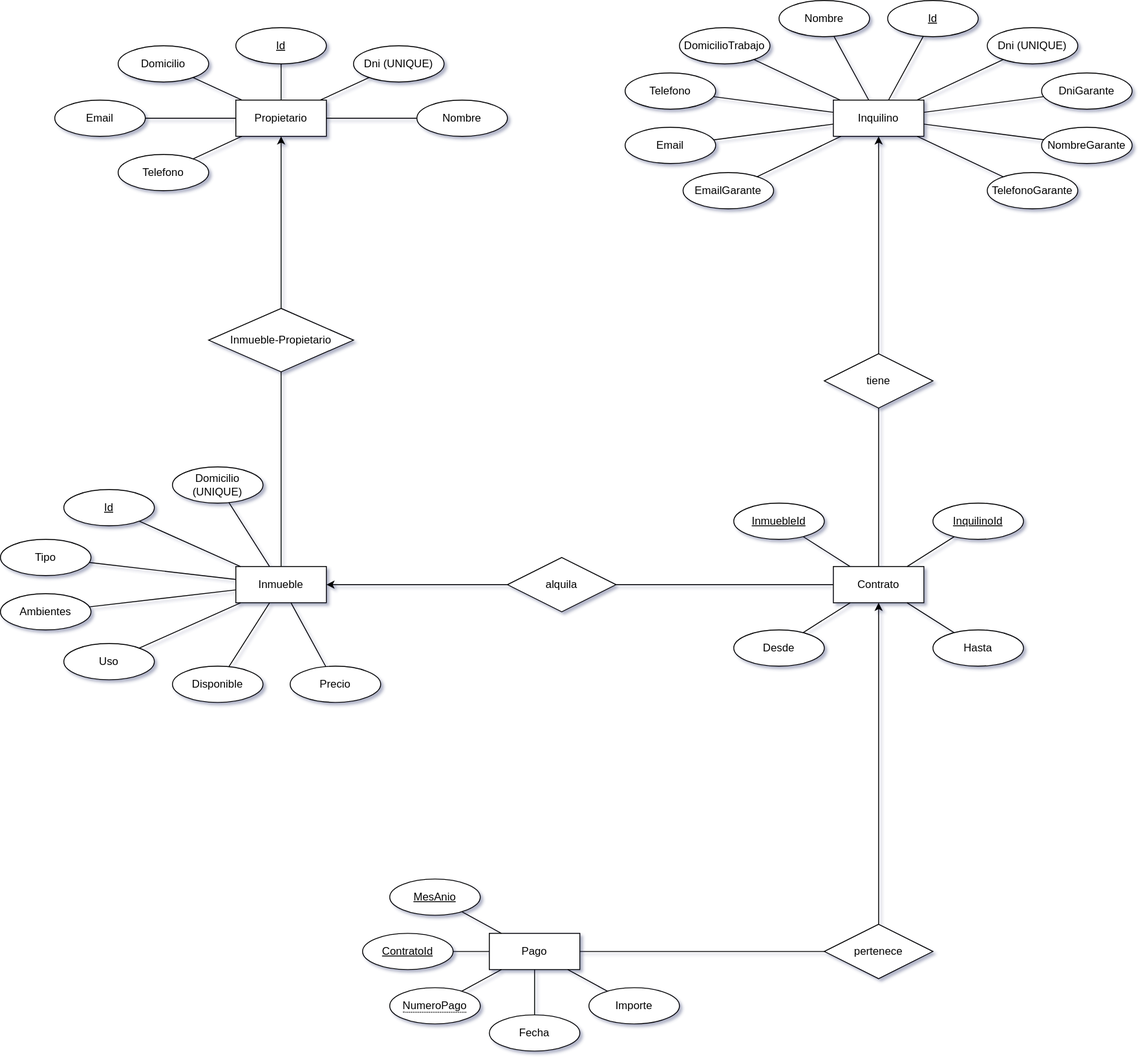
Earlier version of the draw.io export wwwroot/media/svg/der.svg (EZE404/InmobiliariaAlbornoz). Source tidied: cells renumbered, new cells last; positions are measured from the earlier drawing's top-left corner, leaving out a move shared by most shapes.
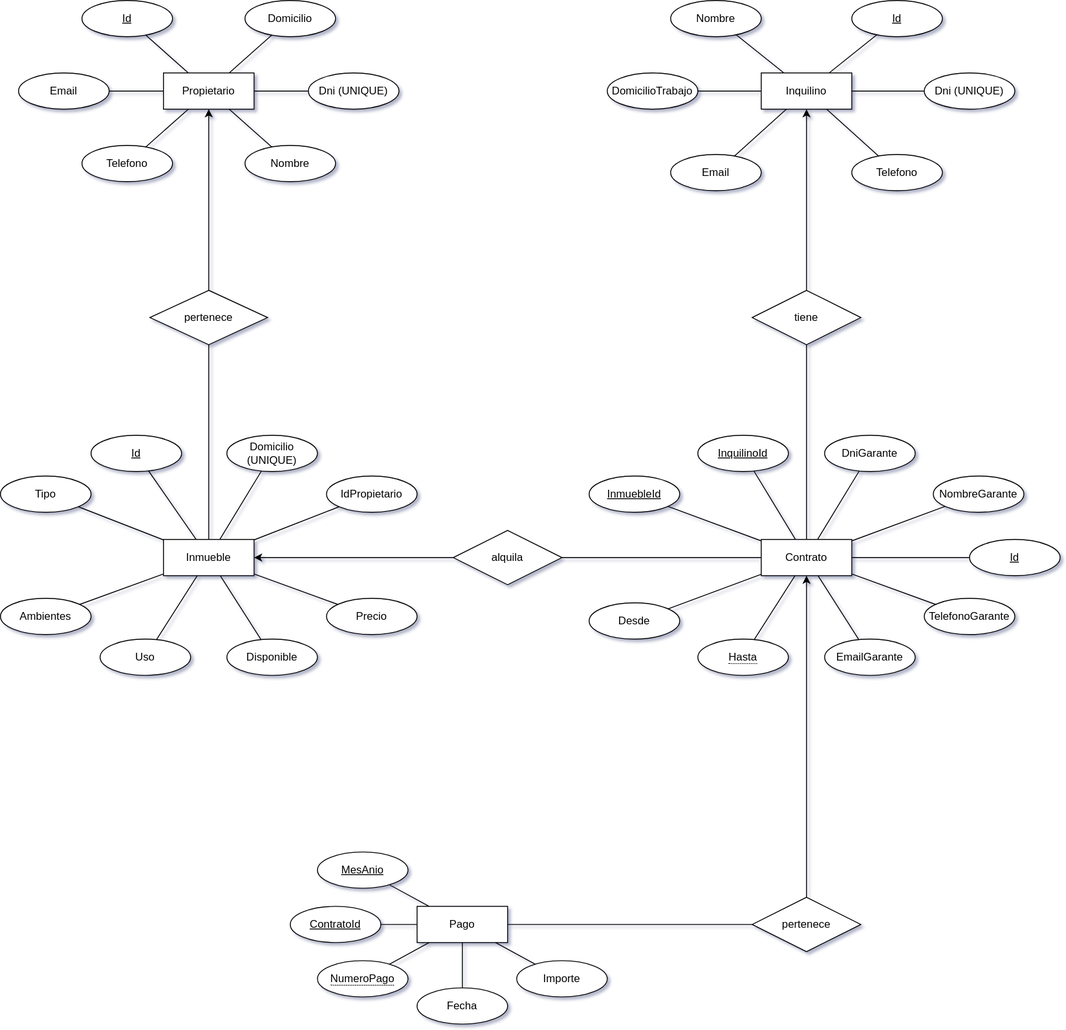
After the commit.

What changed in the source:
```diff
@@ -32,17 +32,17 @@
     <mxCell id="11" style="edgeStyle=none;rounded=0;jettySize=auto;html=1;" parent="1" edge="1" source="12" target="5">
       <mxGeometry relative="1" as="geometry" />
     </mxCell>
-    <mxCell id="12" value="Inmueble-Propietario" style="shape=rhombus;perimeter=rhombusPerimeter;whiteSpace=wrap;html=1;align=center;" parent="1" vertex="1">
-      <mxGeometry x="230" y="340" width="160" height="70" as="geometry" />
+    <mxCell id="12" value="pertenece" style="shape=rhombus;perimeter=rhombusPerimeter;whiteSpace=wrap;html=1;align=center;" parent="1" vertex="1">
+      <mxGeometry x="245" y="350" width="130" height="60" as="geometry" />
     </mxCell>
     <mxCell id="13" style="endArrow=none;html=1;rounded=0;exitX=0.5;exitY=0;exitDx=0;exitDy=0;" parent="1" edge="1" source="6" target="12">
       <mxGeometry relative="1" as="geometry" />
     </mxCell>
     <mxCell id="14" value="InquilinoId" style="ellipse;whiteSpace=wrap;html=1;align=center;fontStyle=4;" parent="1" vertex="1">
-      <mxGeometry x="1030" y="555" width="100" height="40" as="geometry" />
+      <mxGeometry x="850" y="510" width="100" height="40" as="geometry" />
     </mxCell>
     <mxCell id="15" value="InmuebleId" style="ellipse;whiteSpace=wrap;html=1;align=center;fontStyle=4;" parent="1" vertex="1">
-      <mxGeometry x="810" y="555" width="100" height="40" as="geometry" />
+      <mxGeometry x="730" y="555" width="100" height="40" as="geometry" />
     </mxCell>
     <mxCell id="16" style="endArrow=none;html=1;rounded=0;" parent="1" edge="1" source="14" target="8">
       <mxGeometry relative="1" as="geometry" />
@@ -51,13 +51,13 @@
       <mxGeometry relative="1" as="geometry" />
     </mxCell>
     <mxCell id="18" value="alquila" style="shape=rhombus;perimeter=rhombusPerimeter;whiteSpace=wrap;html=1;align=center;" parent="1" vertex="1">
-      <mxGeometry x="560" y="615" width="120" height="60" as="geometry" />
+      <mxGeometry x="580" y="615" width="120" height="60" as="geometry" />
     </mxCell>
     <mxCell id="19" style="edgeStyle=none;rounded=0;jettySize=auto;html=1;endArrow=none;" parent="1" edge="1" source="20" target="8">
       <mxGeometry relative="1" as="geometry" />
     </mxCell>
     <mxCell id="20" value="tiene" style="shape=rhombus;perimeter=rhombusPerimeter;whiteSpace=wrap;html=1;align=center;" parent="1" vertex="1">
-      <mxGeometry x="910" y="390" width="120" height="60" as="geometry" />
+      <mxGeometry x="910" y="350" width="120" height="60" as="geometry" />
     </mxCell>
     <mxCell id="21" style="endArrow=classic;html=1;" parent="1" edge="1" source="20" target="62">
       <mxGeometry relative="1" as="geometry" />
@@ -78,7 +78,7 @@
       <mxGeometry relative="1" as="geometry" />
     </mxCell>
     <mxCell id="27" value="Id" style="ellipse;whiteSpace=wrap;html=1;align=center;fontStyle=4;" parent="1" vertex="1">
-      <mxGeometry x="260" y="30" width="100" height="40" as="geometry" />
+      <mxGeometry x="170" y="30" width="100" height="40" as="geometry" />
     </mxCell>
     <mxCell id="28" style="edgeStyle=none;rounded=0;jettySize=auto;html=1;endArrow=none;" parent="1" edge="1" source="5" target="27">
       <mxGeometry relative="1" as="geometry" />
@@ -87,34 +87,34 @@
       <mxGeometry x="430" y="970" width="100" height="40" as="geometry" />
     </mxCell>
     <mxCell id="30" value="Dni (UNIQUE)" style="ellipse;whiteSpace=wrap;html=1;align=center;" parent="1" vertex="1">
-      <mxGeometry x="390" y="50" width="100" height="40" as="geometry" />
+      <mxGeometry x="420" y="110" width="100" height="40" as="geometry" />
     </mxCell>
     <mxCell id="31" value="Nombre" style="ellipse;whiteSpace=wrap;html=1;align=center;" parent="1" vertex="1">
-      <mxGeometry x="460" y="110" width="100" height="40" as="geometry" />
+      <mxGeometry x="350" y="190" width="100" height="40" as="geometry" />
     </mxCell>
     <mxCell id="32" value="Domicilio" style="ellipse;whiteSpace=wrap;html=1;align=center;" parent="1" vertex="1">
-      <mxGeometry x="130" y="50" width="100" height="40" as="geometry" />
+      <mxGeometry x="350" y="30" width="100" height="40" as="geometry" />
     </mxCell>
     <mxCell id="33" style="edgeStyle=none;rounded=0;jettySize=auto;html=1;endArrow=none;" parent="1" edge="1" source="5" target="32">
       <mxGeometry relative="1" as="geometry" />
     </mxCell>
     <mxCell id="34" value="Telefono" style="ellipse;whiteSpace=wrap;html=1;align=center;" parent="1" vertex="1">
-      <mxGeometry x="130" y="170" width="100" height="40" as="geometry" />
+      <mxGeometry x="170" y="190" width="100" height="40" as="geometry" />
     </mxCell>
     <mxCell id="35" value="Id" style="ellipse;whiteSpace=wrap;html=1;align=center;fontStyle=4;" parent="1" vertex="1">
-      <mxGeometry x="70" y="540" width="100" height="40" as="geometry" />
+      <mxGeometry x="180" y="510" width="100" height="40" as="geometry" />
     </mxCell>
     <mxCell id="36" style="edgeStyle=none;rounded=0;jettySize=auto;html=1;endArrow=none;" parent="1" edge="1" source="6" target="35">
       <mxGeometry relative="1" as="geometry" />
     </mxCell>
     <mxCell id="37" value="Domicilio (UNIQUE)" style="ellipse;whiteSpace=wrap;html=1;align=center;" parent="1" vertex="1">
-      <mxGeometry x="190" y="515" width="100" height="40" as="geometry" />
+      <mxGeometry x="330" y="510" width="100" height="40" as="geometry" />
     </mxCell>
     <mxCell id="38" style="edgeStyle=none;rounded=0;jettySize=auto;html=1;endArrow=none;" parent="1" edge="1" source="6" target="37">
       <mxGeometry relative="1" as="geometry" />
     </mxCell>
     <mxCell id="39" value="Tipo" style="ellipse;whiteSpace=wrap;html=1;align=center;" parent="1" vertex="1">
-      <mxGeometry y="595" width="100" height="40" as="geometry" />
+      <mxGeometry x="80" y="555" width="100" height="40" as="geometry" />
     </mxCell>
     <mxCell id="40" style="edgeStyle=none;rounded=0;jettySize=auto;html=1;endArrow=none;" parent="1" edge="1" source="6" target="39">
       <mxGeometry relative="1" as="geometry" />
@@ -122,14 +122,11 @@
     <mxCell id="41" style="edgeStyle=none;rounded=0;jettySize=auto;html=1;endArrow=none;" parent="1" edge="1" source="42" target="8">
       <mxGeometry relative="1" as="geometry" />
     </mxCell>
-    <mxCell id="42" value="Hasta" style="ellipse;whiteSpace=wrap;html=1;align=center;" parent="1" vertex="1">
-      <mxGeometry x="1030" y="695" width="100" height="40" as="geometry" />
-    </mxCell>
     <mxCell id="43" style="edgeStyle=none;rounded=0;jettySize=auto;html=1;endArrow=none;" parent="1" edge="1" source="44" target="8">
       <mxGeometry relative="1" as="geometry" />
     </mxCell>
     <mxCell id="44" value="Desde" style="ellipse;whiteSpace=wrap;html=1;align=center;" parent="1" vertex="1">
-      <mxGeometry x="810" y="695" width="100" height="40" as="geometry" />
+      <mxGeometry x="730" y="695" width="100" height="40" as="geometry" />
     </mxCell>
     <mxCell id="45" style="endArrow=classic;html=1;" parent="1" edge="1" source="18" target="6">
       <mxGeometry relative="1" as="geometry" />
@@ -153,7 +150,7 @@
       <mxGeometry x="650" y="1090" width="100" height="40" as="geometry" />
     </mxCell>
     <mxCell id="52" value="Uso" style="ellipse;whiteSpace=wrap;html=1;align=center;" parent="1" vertex="1">
-      <mxGeometry x="70" y="710" width="100" height="40" as="geometry" />
+      <mxGeometry x="190" y="735" width="100" height="40" as="geometry" />
     </mxCell>
     <mxCell id="53" style="edgeStyle=none;rounded=0;jettySize=auto;html=1;endArrow=none;" parent="1" edge="1" source="6" target="52">
       <mxGeometry relative="1" as="geometry" />
@@ -162,10 +159,10 @@
       <mxGeometry relative="1" as="geometry" />
     </mxCell>
     <mxCell id="55" value="Precio" style="ellipse;whiteSpace=wrap;html=1;align=center;" parent="1" vertex="1">
-      <mxGeometry x="320" y="735" width="100" height="40" as="geometry" />
+      <mxGeometry x="440" y="690" width="100" height="40" as="geometry" />
     </mxCell>
     <mxCell id="56" value="Disponible" style="ellipse;whiteSpace=wrap;html=1;align=center;" parent="1" vertex="1">
-      <mxGeometry x="190" y="735" width="100" height="40" as="geometry" />
+      <mxGeometry x="330" y="735" width="100" height="40" as="geometry" />
     </mxCell>
     <mxCell id="57" style="endArrow=none;html=1;rounded=0;" parent="1" edge="1" source="6" target="56">
       <mxGeometry relative="1" as="geometry" />
@@ -179,71 +176,86 @@
     <mxCell id="60" style="edgeStyle=none;rounded=0;jettySize=auto;html=1;endArrow=none;" parent="1" edge="1" source="62" target="69">
       <mxGeometry relative="1" as="geometry" />
     </mxCell>
-    <mxCell id="61" style="edgeStyle=none;rounded=0;jettySize=auto;html=1;endArrow=none;" parent="1" edge="1" source="62" target="72">
+    <mxCell id="61" style="edgeStyle=none;rounded=0;jettySize=auto;html=1;endArrow=none;" parent="1" edge="1" source="8" target="72">
       <mxGeometry relative="1" as="geometry" />
     </mxCell>
     <mxCell id="62" value="Inquilino" style="whiteSpace=wrap;html=1;align=center;" parent="1" vertex="1">
       <mxGeometry x="920" y="110" width="100" height="40" as="geometry" />
     </mxCell>
     <mxCell id="63" value="Id" style="ellipse;whiteSpace=wrap;html=1;align=center;fontStyle=4;" parent="1" vertex="1">
-      <mxGeometry x="980" width="100" height="40" as="geometry" />
+      <mxGeometry x="1020" y="30" width="100" height="40" as="geometry" />
     </mxCell>
     <mxCell id="64" style="edgeStyle=none;rounded=0;jettySize=auto;html=1;endArrow=none;" parent="1" edge="1" source="62" target="63">
       <mxGeometry relative="1" as="geometry" />
     </mxCell>
     <mxCell id="65" value="Dni (UNIQUE)" style="ellipse;whiteSpace=wrap;html=1;align=center;" parent="1" vertex="1">
-      <mxGeometry x="1090" y="30" width="100" height="40" as="geometry" />
+      <mxGeometry x="1100" y="110" width="100" height="40" as="geometry" />
     </mxCell>
     <mxCell id="66" value="Nombre" style="ellipse;whiteSpace=wrap;html=1;align=center;" parent="1" vertex="1">
-      <mxGeometry x="860" width="100" height="40" as="geometry" />
+      <mxGeometry x="820" y="30" width="100" height="40" as="geometry" />
     </mxCell>
     <mxCell id="67" value="DomicilioTrabajo" style="ellipse;whiteSpace=wrap;html=1;align=center;" parent="1" vertex="1">
-      <mxGeometry x="750" y="30" width="100" height="40" as="geometry" />
+      <mxGeometry x="750" y="110" width="100" height="40" as="geometry" />
     </mxCell>
     <mxCell id="68" style="edgeStyle=none;rounded=0;jettySize=auto;html=1;endArrow=none;" parent="1" edge="1" source="62" target="67">
       <mxGeometry relative="1" as="geometry" />
     </mxCell>
     <mxCell id="69" value="Telefono" style="ellipse;whiteSpace=wrap;html=1;align=center;" parent="1" vertex="1">
-      <mxGeometry x="690" y="80" width="100" height="40" as="geometry" />
+      <mxGeometry x="1020" y="200" width="100" height="40" as="geometry" />
     </mxCell>
     <mxCell id="70" value="Email" style="ellipse;whiteSpace=wrap;html=1;align=center;" parent="1" vertex="1">
-      <mxGeometry x="60" y="110" width="100" height="40" as="geometry" />
+      <mxGeometry x="100" y="110" width="100" height="40" as="geometry" />
     </mxCell>
     <mxCell id="71" style="edgeStyle=none;rounded=0;jettySize=auto;html=1;endArrow=none;" parent="1" edge="1" source="5" target="70">
       <mxGeometry relative="1" as="geometry" />
     </mxCell>
     <mxCell id="72" value="DniGarante" style="ellipse;whiteSpace=wrap;html=1;align=center;" parent="1" vertex="1">
-      <mxGeometry x="1150" y="80" width="100" height="40" as="geometry" />
+      <mxGeometry x="990" y="510" width="100" height="40" as="geometry" />
     </mxCell>
     <mxCell id="73" value="Ambientes" style="ellipse;whiteSpace=wrap;html=1;align=center;" parent="1" vertex="1">
-      <mxGeometry y="655" width="100" height="40" as="geometry" />
+      <mxGeometry x="80" y="690" width="100" height="40" as="geometry" />
     </mxCell>
     <mxCell id="74" style="endArrow=none;html=1;rounded=0;" parent="1" edge="1" source="73" target="6">
       <mxGeometry relative="1" as="geometry" />
     </mxCell>
     <mxCell id="75" value="NombreGarante" style="ellipse;whiteSpace=wrap;html=1;align=center;" parent="1" vertex="1">
-      <mxGeometry x="1150" y="140" width="100" height="40" as="geometry" />
+      <mxGeometry x="1110" y="555" width="100" height="40" as="geometry" />
     </mxCell>
-    <mxCell id="76" style="edgeStyle=none;rounded=0;jettySize=auto;html=1;endArrow=none;" parent="1" edge="1" source="62" target="75">
+    <mxCell id="76" style="edgeStyle=none;rounded=0;jettySize=auto;html=1;endArrow=none;" parent="1" edge="1" source="8" target="75">
       <mxGeometry relative="1" as="geometry" />
     </mxCell>
-    <mxCell id="77" style="edgeStyle=none;rounded=0;jettySize=auto;html=1;endArrow=none;" parent="1" edge="1" source="78" target="62">
+    <mxCell id="77" style="edgeStyle=none;rounded=0;jettySize=auto;html=1;endArrow=none;" parent="1" edge="1" source="78" target="8">
       <mxGeometry relative="1" as="geometry" />
     </mxCell>
     <mxCell id="78" value="TelefonoGarante" style="ellipse;whiteSpace=wrap;html=1;align=center;" parent="1" vertex="1">
-      <mxGeometry x="1090" y="190" width="100" height="40" as="geometry" />
+      <mxGeometry x="1100" y="690" width="100" height="40" as="geometry" />
     </mxCell>
     <mxCell id="79" style="edgeStyle=none;rounded=0;jettySize=auto;html=1;endArrow=none;" parent="1" edge="1" source="80" target="62">
       <mxGeometry relative="1" as="geometry" />
     </mxCell>
     <mxCell id="80" value="Email" style="ellipse;whiteSpace=wrap;html=1;align=center;" parent="1" vertex="1">
-      <mxGeometry x="690" y="140" width="100" height="40" as="geometry" />
+      <mxGeometry x="820" y="200" width="100" height="40" as="geometry" />
     </mxCell>
-    <mxCell id="81" style="edgeStyle=none;rounded=0;jettySize=auto;html=1;endArrow=none;" parent="1" edge="1" source="82" target="62">
+    <mxCell id="81" style="edgeStyle=none;rounded=0;jettySize=auto;html=1;endArrow=none;" parent="1" edge="1" source="82" target="8">
       <mxGeometry relative="1" as="geometry" />
     </mxCell>
     <mxCell id="82" value="EmailGarante" style="ellipse;whiteSpace=wrap;html=1;align=center;" parent="1" vertex="1">
-      <mxGeometry x="754" y="190" width="100" height="40" as="geometry" />
+      <mxGeometry x="990" y="735" width="100" height="40" as="geometry" />
     </mxCell>
+    <mxCell id="83" value="IdPropietario" style="ellipse;whiteSpace=wrap;html=1;align=center;" parent="1" vertex="1">
+      <mxGeometry x="440" y="555" width="100" height="40" as="geometry" />
+    </mxCell>
+    <mxCell id="84" style="edgeStyle=none;rounded=0;jettySize=auto;html=1;endArrow=none;" parent="1" edge="1" source="6" target="83">
+      <mxGeometry relative="1" as="geometry" />
+    </mxCell>
+    <mxCell id="42" value="&lt;span style=&quot;border-bottom: 1px dotted&quot;&gt;Hasta&lt;/span&gt;" style="ellipse;whiteSpace=wrap;html=1;align=center;" parent="1" vertex="1">
+      <mxGeometry x="850" y="735" width="100" height="40" as="geometry" />
+    </mxCell>
+    <mxCell id="85" value="Id" style="ellipse;whiteSpace=wrap;html=1;align=center;fontStyle=4;" parent="1" vertex="1">
+      <mxGeometry x="1150" y="625" width="100" height="40" as="geometry" />
+    </mxCell>
+    <mxCell id="86" style="endArrow=none;html=1;rounded=0;" parent="1" edge="1" source="8" target="85">
+      <mxGeometry relative="1" as="geometry" />
+    </mxCell>
   </root>
 </mxGraphModel>
```
